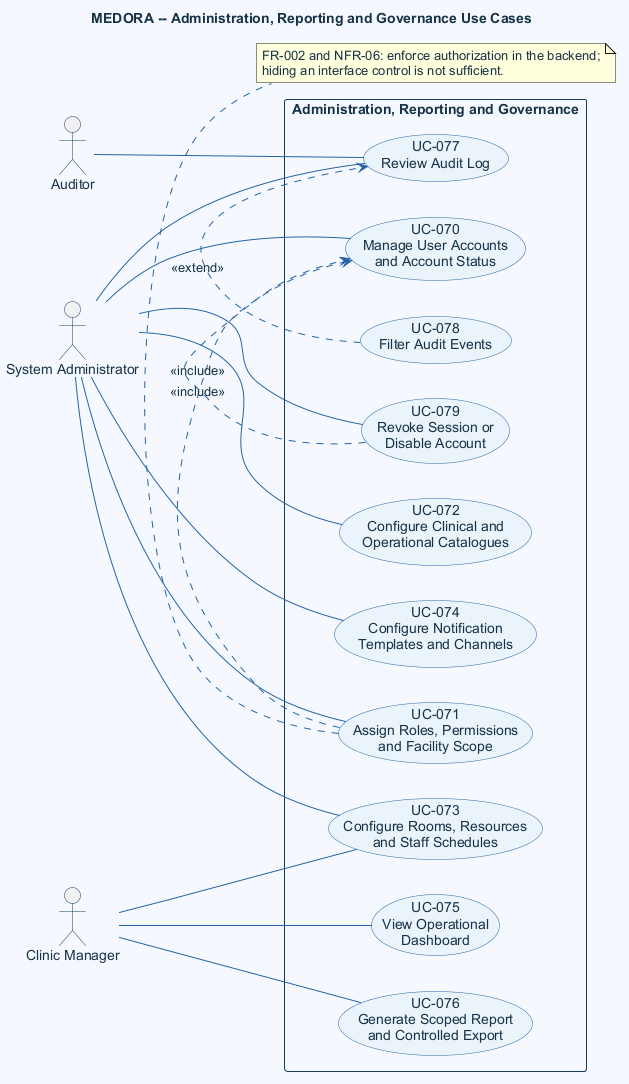
Earlier version of the PlantUML export doc/asset/03-system-requirements/use-case-by-function/administration/figure/administration-and-governance.png (DucDung-1107/SysDes_2026.1_Group_08).
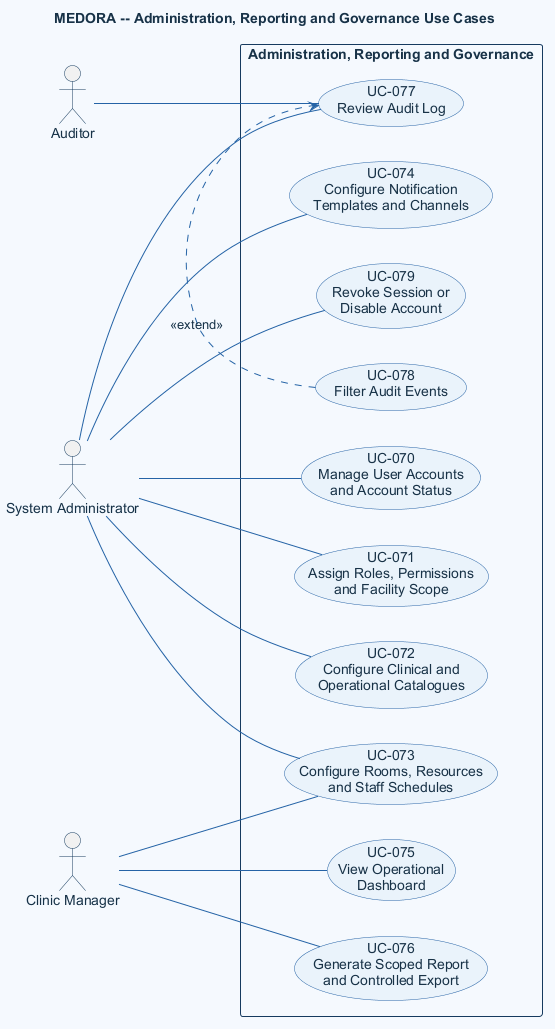
Above is the later version.

Diff of the diagram source:
```diff
@@ -43,12 +43,6 @@
 manager -- resource
 auditor -- audit
 
-roles .> users : <<include>>
-revoke .> users : <<include>>
 filter .> audit : <<extend>>
 
-note bottom of roles
-  FR-002 and NFR-06: enforce authorization in the backend;
-  hiding an interface control is not sufficient.
-end note
 @enduml
```
